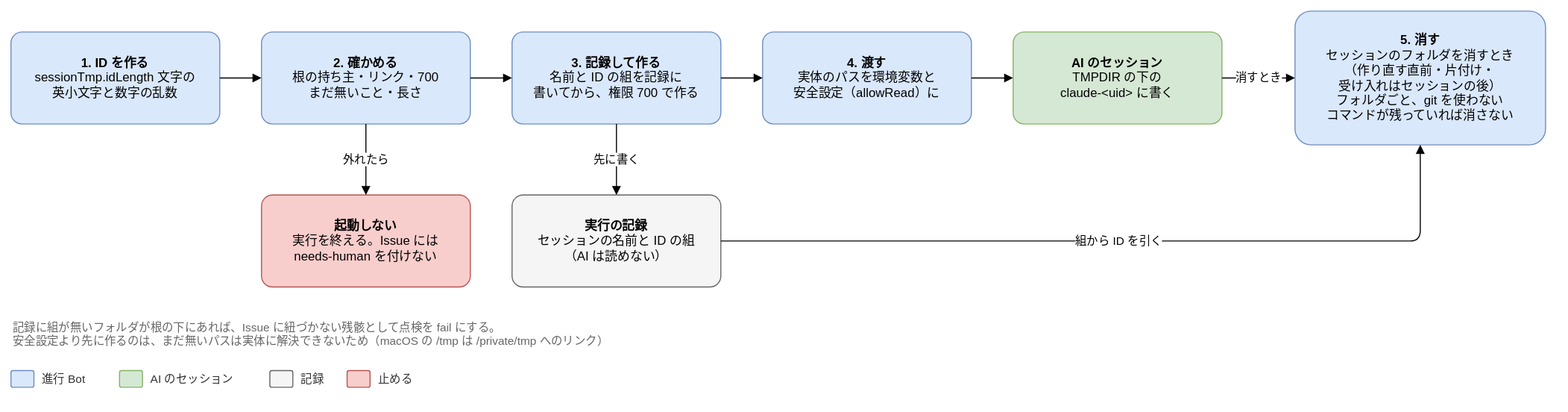
Above: docs/design/basic/diagrams/03-session-tmp.drawio.svg in Joymerrevent/dev-autopilot (draw.io), before the change. Source tidied: cells renumbered, new cells last; positions are measured from the earlier drawing's top-left corner, leaving out a move shared by most shapes.
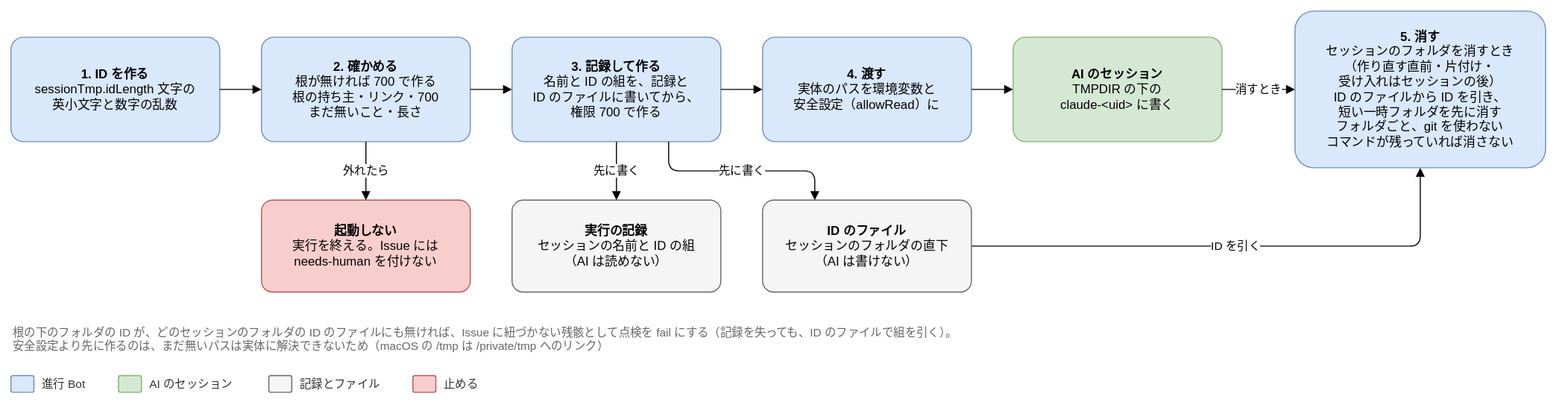
The same diagram one commit later.

The edit, as a diff of the source:
```diff
@@ -3,22 +3,22 @@
     <mxCell id="0" />
     <mxCell id="1" parent="0" />
     <mxCell id="2" value="&lt;b&gt;1. ID を作る&lt;/b&gt;&lt;br&gt;sessionTmp.idLength 文字の&lt;br&gt;英小文字と数字の乱数" style="rounded=1;whiteSpace=wrap;html=1;fontSize=12;arcSize=12;spacing=12;fillColor=#dae8fc;strokeColor=#6c8ebf;" parent="1" vertex="1">
-      <mxGeometry y="20" width="200" height="88" as="geometry" />
+      <mxGeometry y="20" width="200" height="100" as="geometry" />
     </mxCell>
-    <mxCell id="3" value="&lt;b&gt;2. 確かめる&lt;/b&gt;&lt;br&gt;根の持ち主・リンク・700&lt;br&gt;まだ無いこと・長さ" style="rounded=1;whiteSpace=wrap;html=1;fontSize=12;arcSize=12;spacing=12;fillColor=#dae8fc;strokeColor=#6c8ebf;" parent="1" vertex="1">
-      <mxGeometry x="240" y="20" width="200" height="88" as="geometry" />
+    <mxCell id="3" value="&lt;b&gt;2. 確かめる&lt;/b&gt;&lt;br&gt;根が無ければ 700 で作る&lt;br&gt;根の持ち主・リンク・700&lt;br&gt;まだ無いこと・長さ" style="rounded=1;whiteSpace=wrap;html=1;fontSize=12;arcSize=12;spacing=12;fillColor=#dae8fc;strokeColor=#6c8ebf;" parent="1" vertex="1">
+      <mxGeometry x="240" y="20" width="200" height="100" as="geometry" />
     </mxCell>
-    <mxCell id="4" value="&lt;b&gt;3. 記録して作る&lt;/b&gt;&lt;br&gt;名前と ID の組を記録に&lt;br&gt;書いてから、権限 700 で作る" style="rounded=1;whiteSpace=wrap;html=1;fontSize=12;arcSize=12;spacing=12;fillColor=#dae8fc;strokeColor=#6c8ebf;" parent="1" vertex="1">
-      <mxGeometry x="480" y="20" width="200" height="88" as="geometry" />
+    <mxCell id="4" value="&lt;b&gt;3. 記録して作る&lt;/b&gt;&lt;br&gt;名前と ID の組を、記録と&lt;br&gt;ID のファイルに書いてから、&lt;br&gt;権限 700 で作る" style="rounded=1;whiteSpace=wrap;html=1;fontSize=12;arcSize=12;spacing=12;fillColor=#dae8fc;strokeColor=#6c8ebf;" parent="1" vertex="1">
+      <mxGeometry x="480" y="20" width="200" height="100" as="geometry" />
     </mxCell>
     <mxCell id="5" value="&lt;b&gt;4. 渡す&lt;/b&gt;&lt;br&gt;実体のパスを環境変数と&lt;br&gt;安全設定（allowRead）に" style="rounded=1;whiteSpace=wrap;html=1;fontSize=12;arcSize=12;spacing=12;fillColor=#dae8fc;strokeColor=#6c8ebf;" parent="1" vertex="1">
-      <mxGeometry x="720" y="20" width="200" height="88" as="geometry" />
+      <mxGeometry x="720" y="20" width="200" height="100" as="geometry" />
     </mxCell>
     <mxCell id="6" value="&lt;b&gt;AI のセッション&lt;/b&gt;&lt;br&gt;TMPDIR の下の&lt;br&gt;claude-&amp;lt;uid&amp;gt; に書く" style="rounded=1;whiteSpace=wrap;html=1;fontSize=12;arcSize=12;spacing=12;fillColor=#d5e8d4;strokeColor=#82b366;" parent="1" vertex="1">
-      <mxGeometry x="960" y="20" width="200" height="88" as="geometry" />
+      <mxGeometry x="960" y="20" width="200" height="100" as="geometry" />
     </mxCell>
-    <mxCell id="7" value="&lt;b&gt;5. 消す&lt;/b&gt;&lt;br&gt;セッションのフォルダを消すとき&lt;br&gt;（作り直す直前・片付け・&lt;br&gt;受け入れはセッションの後）&lt;br&gt;フォルダごと、git を使わない&lt;br&gt;コマンドが残っていれば消さない" style="rounded=1;whiteSpace=wrap;html=1;fontSize=12;arcSize=12;spacing=12;fillColor=#dae8fc;strokeColor=#6c8ebf;" parent="1" vertex="1">
-      <mxGeometry x="1230" width="240" height="128" as="geometry" />
+    <mxCell id="7" value="&lt;b&gt;5. 消す&lt;/b&gt;&lt;br&gt;セッションのフォルダを消すとき&lt;br&gt;（作り直す直前・片付け・&lt;br&gt;受け入れはセッションの後）&lt;br&gt;ID のファイルから ID を引き、&lt;br&gt;短い一時フォルダを先に消す&lt;br&gt;フォルダごと、git を使わない&lt;br&gt;コマンドが残っていれば消さない" style="rounded=1;whiteSpace=wrap;html=1;fontSize=12;arcSize=12;spacing=12;fillColor=#dae8fc;strokeColor=#6c8ebf;" parent="1" vertex="1">
+      <mxGeometry x="1230" y="-5" width="240" height="150" as="geometry" />
     </mxCell>
     <mxCell id="8" style="edgeStyle=orthogonalEdgeStyle;rounded=1;html=1;endArrow=block;endFill=1;fontSize=11;labelBackgroundColor=#ffffff;exitX=1;exitY=0.5;exitDx=0;exitDy=0;entryX=0;entryY=0.5;entryDx=0;entryDy=0;" parent="1" edge="1" source="2" target="3">
       <mxGeometry relative="1" as="geometry" />
@@ -47,35 +47,41 @@
     <mxCell id="16" value="先に書く" style="edgeStyle=orthogonalEdgeStyle;rounded=1;html=1;endArrow=block;endFill=1;fontSize=11;labelBackgroundColor=#ffffff;exitX=0.5;exitY=1;exitDx=0;exitDy=0;entryX=0.5;entryY=0;entryDx=0;entryDy=0;" parent="1" edge="1" source="4" target="15">
       <mxGeometry relative="1" as="geometry" />
     </mxCell>
-    <mxCell id="17" value="組から ID を引く" style="edgeStyle=orthogonalEdgeStyle;rounded=1;html=1;endArrow=block;endFill=1;fontSize=11;labelBackgroundColor=#ffffff;exitX=1;exitY=0.5;exitDx=0;exitDy=0;entryX=0.5;entryY=1;entryDx=0;entryDy=0;" parent="1" edge="1" source="15" target="7">
+    <mxCell id="17" value="ID を引く" style="edgeStyle=orthogonalEdgeStyle;rounded=1;html=1;endArrow=block;endFill=1;fontSize=11;labelBackgroundColor=#ffffff;exitX=1;exitY=0.5;exitDx=0;exitDy=0;entryX=0.5;entryY=1;entryDx=0;entryDy=0;" parent="1" edge="1" source="27" target="7">
       <mxGeometry relative="1" as="geometry" />
     </mxCell>
-    <mxCell id="18" value="記録に組が無いフォルダが根の下にあれば、Issue に紐づかない残骸として点検を fail にする。&lt;br&gt;安全設定より先に作るのは、まだ無いパスは実体に解決できないため（macOS の /tmp は /private/tmp へのリンク）" style="text;html=1;whiteSpace=wrap;align=left;verticalAlign=top;fontSize=11;fontColor=#666666;" parent="1" vertex="1">
+    <mxCell id="18" value="根の下のフォルダの ID が、どのセッションのフォルダの ID のファイルにも無ければ、Issue に紐づかない残骸として点検を fail にする（記録を失っても、ID のファイルで組を引く）。&lt;br&gt;安全設定より先に作るのは、まだ無いパスは実体に解決できないため（macOS の /tmp は /private/tmp へのリンク）" style="text;html=1;whiteSpace=wrap;align=left;verticalAlign=top;fontSize=11;fontColor=#666666;" parent="1" vertex="1">
       <mxGeometry y="290" width="1460" height="36" as="geometry" />
     </mxCell>
+    <mxCell id="27" value="&lt;b&gt;ID のファイル&lt;/b&gt;&lt;br&gt;セッションのフォルダの直下&lt;br&gt;（AI は書けない）" style="rounded=1;whiteSpace=wrap;html=1;fontSize=12;arcSize=12;spacing=12;fillColor=#f5f5f5;strokeColor=#666666;" parent="1" vertex="1">
+      <mxGeometry x="720" y="176" width="200" height="88" as="geometry" />
+    </mxCell>
+    <mxCell id="28" value="先に書く" style="edgeStyle=orthogonalEdgeStyle;rounded=1;html=1;endArrow=block;endFill=1;fontSize=11;labelBackgroundColor=#ffffff;exitX=0.75;exitY=1;exitDx=0;exitDy=0;entryX=0.25;entryY=0;entryDx=0;entryDy=0;" parent="1" edge="1" source="4" target="27">
+      <mxGeometry relative="1" as="geometry" />
+    </mxCell>
     <mxCell id="19" style="rounded=1;whiteSpace=wrap;html=1;fontSize=12;arcSize=12;spacing=12;fillColor=#dae8fc;strokeColor=#6c8ebf;" parent="1" vertex="1">
       <mxGeometry y="344" width="22" height="16" as="geometry" />
     </mxCell>
     <mxCell id="20" value="進行 Bot" style="text;html=1;align=left;verticalAlign=middle;fontSize=11;fontColor=#333333;" parent="1" vertex="1">
-      <mxGeometry x="28" y="342" width="60" height="20" as="geometry" />
+      <mxGeometry x="28" y="342" width="59" height="20" as="geometry" />
     </mxCell>
     <mxCell id="21" style="rounded=1;whiteSpace=wrap;html=1;fontSize=12;arcSize=12;spacing=12;fillColor=#d5e8d4;strokeColor=#82b366;" parent="1" vertex="1">
-      <mxGeometry x="104" y="344" width="22" height="16" as="geometry" />
+      <mxGeometry x="103" y="344" width="22" height="16" as="geometry" />
     </mxCell>
     <mxCell id="22" value="AI のセッション" style="text;html=1;align=left;verticalAlign=middle;fontSize=11;fontColor=#333333;" parent="1" vertex="1">
-      <mxGeometry x="132" y="342" width="100" height="20" as="geometry" />
+      <mxGeometry x="131" y="342" width="100" height="20" as="geometry" />
     </mxCell>
     <mxCell id="23" style="rounded=1;whiteSpace=wrap;html=1;fontSize=12;arcSize=12;spacing=12;fillColor=#f5f5f5;strokeColor=#666666;" parent="1" vertex="1">
-      <mxGeometry x="248" y="344" width="22" height="16" as="geometry" />
+      <mxGeometry x="247" y="344" width="22" height="16" as="geometry" />
     </mxCell>
-    <mxCell id="24" value="記録" style="text;html=1;align=left;verticalAlign=middle;fontSize=11;fontColor=#333333;" parent="1" vertex="1">
-      <mxGeometry x="276" y="342" width="30" height="20" as="geometry" />
+    <mxCell id="24" value="記録とファイル" style="text;html=1;align=left;verticalAlign=middle;fontSize=11;fontColor=#333333;" parent="1" vertex="1">
+      <mxGeometry x="275" y="342" width="94" height="20" as="geometry" />
     </mxCell>
     <mxCell id="25" style="rounded=1;whiteSpace=wrap;html=1;fontSize=12;arcSize=12;spacing=12;fillColor=#f8cecc;strokeColor=#b85450;" parent="1" vertex="1">
-      <mxGeometry x="322" y="344" width="22" height="16" as="geometry" />
+      <mxGeometry x="385" y="344" width="22" height="16" as="geometry" />
     </mxCell>
     <mxCell id="26" value="止める" style="text;html=1;align=left;verticalAlign=middle;fontSize=11;fontColor=#333333;" parent="1" vertex="1">
-      <mxGeometry x="350" y="342" width="40" height="20" as="geometry" />
+      <mxGeometry x="413" y="342" width="46" height="20" as="geometry" />
     </mxCell>
   </root>
 </mxGraphModel>
```
